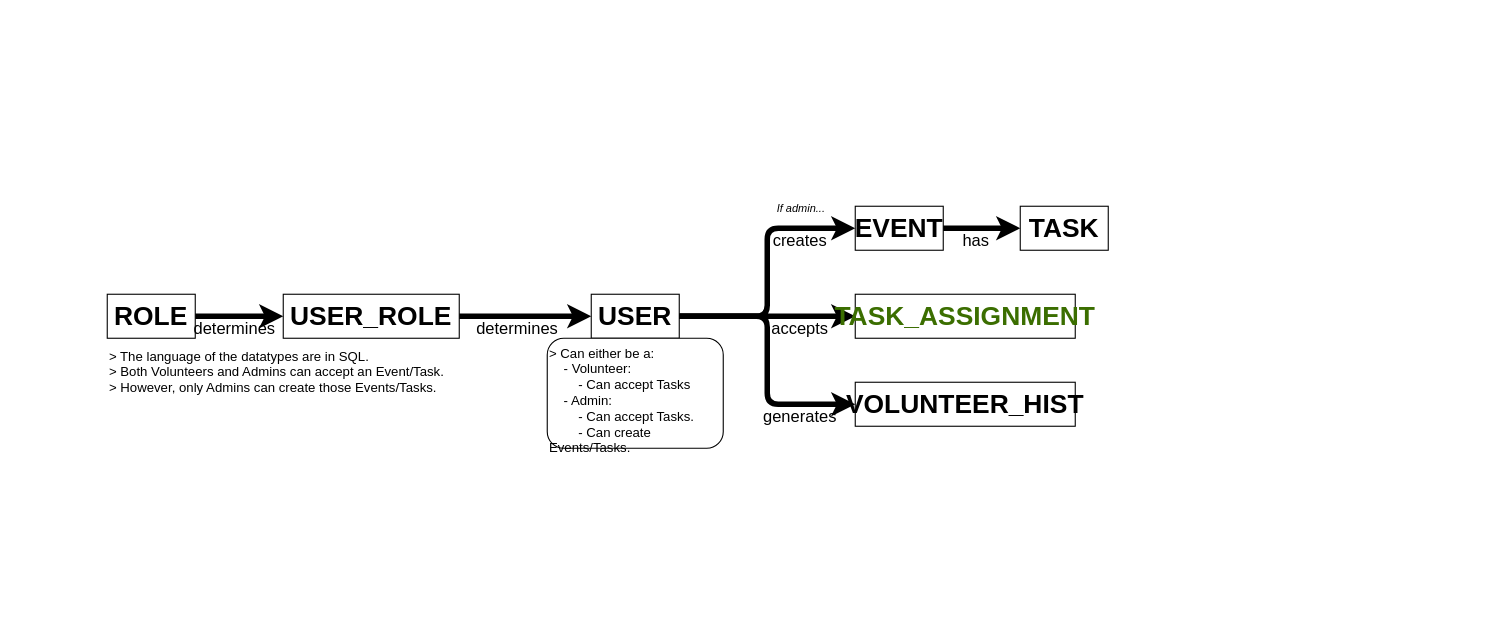
Imanoodle13/COSC4353-Assignments keeps this draw.io diagram as Assignment1/UML_database.drawio. Above is the earlier version. Source tidied: cells renumbered, new cells numbered last; positions are measured from the earlier drawing's top-left corner, leaving out a move shared by most shapes. Both pictures are drawn from the tidied source at 110%, with x=0, y=0 at pixel (107, 195).
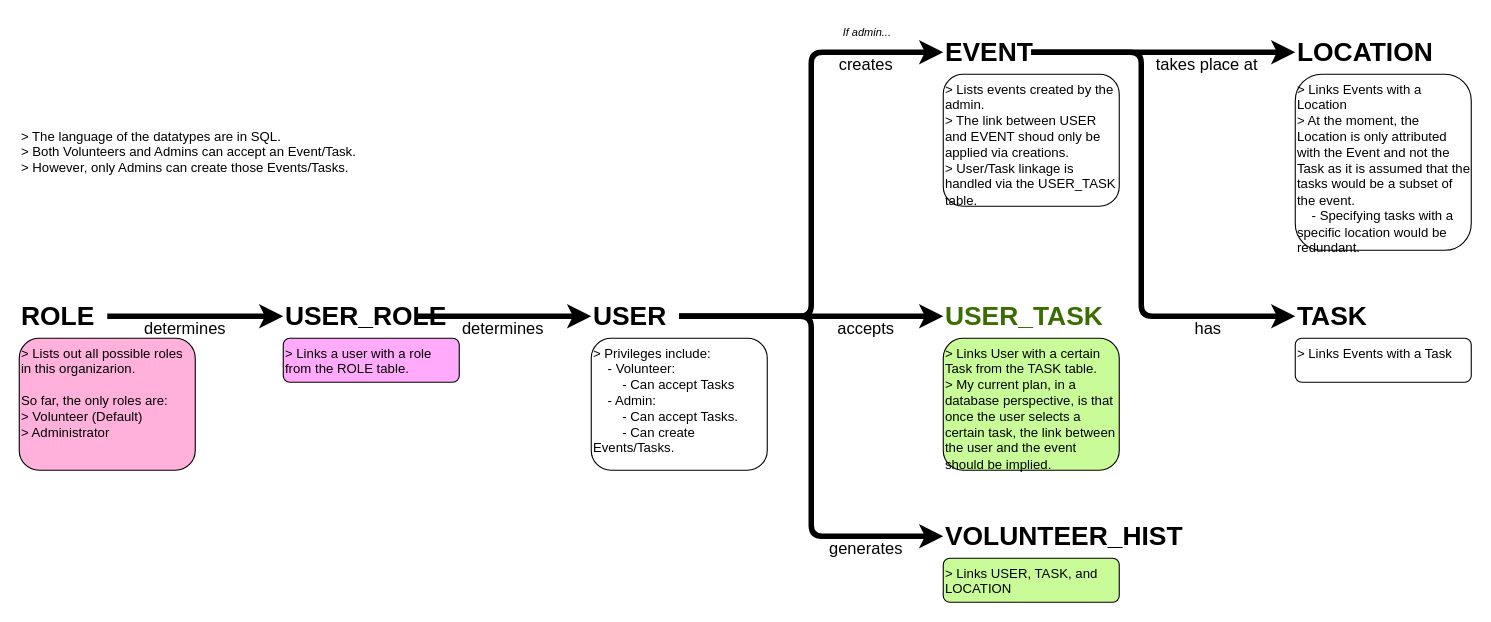
After the change.

Commit message:
Added descriptions to tables for better comprehension for initializing the database.

What changed in the source:
```diff
@@
-    <mxCell id="2" value="&gt; The language of the datatypes are in SQL.&#10;&gt; Both Volunteers and Admins can accept an Event/Task.&#10;&gt; However, only Admins can create those Events/Tasks." style="text;align=left;verticalAlign=middle;strokeColor=none;fillColor=none;fontColor=light-dark(#000000,#000000);" parent="1" vertex="1">
-      <mxGeometry y="130" width="330" height="60" as="geometry" />
+    <mxCell id="2" value="&gt; The language of the datatypes are in SQL.&#10;&gt; Both Volunteers and Admins can accept an Event/Task.&#10;&gt; However, only Admins can create those Events/Tasks." style="text;align=left;verticalAlign=middle;strokeColor=none;fillColor=none;fontColor=light-dark(#000000,#000000);shadow=0;" parent="1" vertex="1">
+      <mxGeometry x="-80" y="-70" width="330" height="60" as="geometry" />
     </mxCell>
-    <mxCell id="3" value="USER" style="whiteSpace=wrap;fillColor=none;fontFamily=Calibri;fontColor=light-dark(#000000,#0038FF);fontSize=24;fontStyle=1;align=center;labelBorderColor=none;" parent="1" vertex="1">
+    <mxCell id="3" value="USER" style="whiteSpace=wrap;fillColor=none;fontFamily=Calibri;fontColor=light-dark(#000000,#0038FF);fontSize=24;fontStyle=1;align=left;labelBorderColor=none;strokeColor=none;labelBackgroundColor=none;glass=0;shadow=0;" parent="1" vertex="1">
       <mxGeometry x="440" y="90" width="80" height="40" as="geometry" />
     </mxCell>
-    <mxCell id="4" value="VOLUNTEER_HIST" style="whiteSpace=wrap;fillColor=none;fontFamily=Calibri;fontColor=light-dark(#000000,#9300FF);fontSize=24;fontStyle=1;align=center;" parent="1" vertex="1">
-      <mxGeometry x="680" y="170" width="200" height="40" as="geometry" />
+    <mxCell id="4" value="VOLUNTEER_HIST" style="whiteSpace=wrap;fillColor=none;fontFamily=Calibri;fontColor=light-dark(#000000,#9300FF);fontSize=24;fontStyle=1;align=left;strokeColor=none;shadow=0;" parent="1" vertex="1">
+      <mxGeometry x="760" y="290" width="200" height="40" as="geometry" />
     </mxCell>
-    <mxCell id="5" value="EVENT" style="whiteSpace=wrap;fillColor=none;fontFamily=Calibri;fontColor=light-dark(#000000,#FF7100);fontSize=24;fontStyle=1;align=center;" parent="1" vertex="1">
-      <mxGeometry x="680" y="10" width="80" height="40" as="geometry" />
+    <mxCell id="5" value="EVENT" style="whiteSpace=wrap;fillColor=none;fontFamily=Calibri;fontColor=light-dark(#000000,#FF0000);fontSize=24;fontStyle=1;align=left;strokeColor=none;shadow=0;" parent="1" vertex="1">
+      <mxGeometry x="760" y="-150" width="80" height="40" as="geometry" />
     </mxCell>
-    <mxCell id="6" value="TASK" style="whiteSpace=wrap;fillColor=none;fontFamily=Calibri;fontColor=light-dark(#000000,#FFC600);fontSize=24;fontStyle=1;align=center;" parent="1" vertex="1">
-      <mxGeometry x="830" y="10" width="80" height="40" as="geometry" />
+    <mxCell id="6" value="TASK" style="whiteSpace=wrap;fillColor=none;fontFamily=Calibri;fontColor=light-dark(#000000,#FFC600);fontSize=24;fontStyle=1;align=left;strokeColor=none;shadow=0;" parent="1" vertex="1">
+      <mxGeometry x="1080" y="90" width="80" height="40" as="geometry" />
     </mxCell>
-    <mxCell id="7" value="generates" style="edgeStyle=orthogonalEdgeStyle;exitX=1;exitY=0.5;exitDx=0;exitDy=0;entryX=0;entryY=0.5;entryDx=0;entryDy=0;strokeColor=light-dark(#000000,#0038FF);strokeWidth=5;fontFamily=Calibri;fontColor=light-dark(#000000,#0038FF);flowAnimation=0;labelBackgroundColor=none;fontSize=15;jumpStyle=arc;jumpSize=12;" parent="1" edge="1" source="3" target="4">
-      <mxGeometry x="0.58" y="-10" relative="1" as="geometry">
+    <mxCell id="7" value="generates" style="edgeStyle=orthogonalEdgeStyle;exitX=1;exitY=0.5;exitDx=0;exitDy=0;entryX=0;entryY=0.5;entryDx=0;entryDy=0;strokeColor=light-dark(#000000,#0038FF);strokeWidth=5;fontFamily=Calibri;fontColor=light-dark(#000000,#0038FF);flowAnimation=0;labelBackgroundColor=none;fontSize=15;jumpStyle=arc;jumpSize=12;shadow=0;" parent="1" edge="1" source="3" target="4">
+      <mxGeometry x="0.68" y="-10" relative="1" as="geometry">
         <Array as="points">
-          <mxPoint x="600" y="110" />
-          <mxPoint x="600" y="190" />
+          <mxPoint x="640" y="110" />
+          <mxPoint x="640" y="310" />
         </Array>
       </mxGeometry>
     </mxCell>
-    <mxCell id="8" value="creates" style="edgeStyle=orthogonalEdgeStyle;exitX=1;exitY=0.5;exitDx=0;exitDy=0;entryX=0;entryY=0.5;entryDx=0;entryDy=0;strokeColor=light-dark(#000000,#0038FF);strokeWidth=5;fontFamily=Calibri;fontColor=light-dark(#000000,#0038FF);labelBackgroundColor=none;jumpStyle=arc;jumpSize=12;fontSize=15;" parent="1" edge="1" source="3" target="5">
-      <mxGeometry x="0.58" y="-10" relative="1" as="geometry">
+    <mxCell id="8" value="creates" style="edgeStyle=orthogonalEdgeStyle;exitX=1;exitY=0.5;exitDx=0;exitDy=0;entryX=0;entryY=0.5;entryDx=0;entryDy=0;strokeColor=light-dark(#000000,#0038FF);strokeWidth=5;fontFamily=Calibri;fontColor=light-dark(#000000,#0038FF);labelBackgroundColor=none;jumpStyle=arc;jumpSize=12;fontSize=15;shadow=0;" parent="1" edge="1" source="3" target="5">
+      <mxGeometry x="0.71" y="-10" relative="1" as="geometry">
         <Array as="points">
-          <mxPoint x="600" y="110" />
-          <mxPoint x="600" y="30" />
+          <mxPoint x="640" y="110" />
+          <mxPoint x="640" y="-130" />
         </Array>
       </mxGeometry>
     </mxCell>
-    <mxCell id="9" value="has" style="edgeStyle=elbowEdgeStyle;exitX=1;exitY=0.5;exitDx=0;exitDy=0;entryX=0;entryY=0.5;entryDx=0;entryDy=0;strokeColor=light-dark(#000000,#FF7100);strokeWidth=5;fontFamily=Calibri;fontColor=light-dark(#000000,#FF7100);labelBackgroundColor=none;fontSize=15;" parent="1" edge="1" source="5" target="6">
-      <mxGeometry x="-0.14" y="-10" relative="1" as="geometry" />
+    <mxCell id="9" value="has" style="edgeStyle=elbowEdgeStyle;exitX=1;exitY=0.5;exitDx=0;exitDy=0;entryX=0;entryY=0.5;entryDx=0;entryDy=0;strokeColor=light-dark(#000000,#FF0000);strokeWidth=5;fontFamily=Calibri;fontColor=light-dark(#000000,#FF0000);labelBackgroundColor=none;fontSize=15;shadow=0;" parent="1" edge="1" source="5" target="6">
+      <mxGeometry x="0.67" y="-10" relative="1" as="geometry">
+        <Array as="points">
+          <mxPoint x="940" y="-110" />
+          <mxPoint x="900" y="10" />
+        </Array>
+      </mxGeometry>
     </mxCell>
-    <mxCell id="10" value="accepts" style="edgeStyle=orthogonalEdgeStyle;exitX=1;exitY=0.5;exitDx=0;exitDy=0;entryX=0;entryY=0.5;entryDx=0;entryDy=0;strokeColor=light-dark(#000000,#0038FF);strokeWidth=5;fontFamily=Calibri;fontColor=light-dark(#000000,#0038FF);flowAnimation=0;labelBackgroundColor=none;fontSize=15;jumpStyle=arc;jumpSize=12;" parent="1" edge="1" source="3" target="12">
-      <mxGeometry x="0.38" y="-10" relative="1" as="geometry">
+    <mxCell id="10" value="accepts" style="edgeStyle=orthogonalEdgeStyle;exitX=1;exitY=0.5;exitDx=0;exitDy=0;entryX=0;entryY=0.5;entryDx=0;entryDy=0;strokeColor=light-dark(#000000,#0038FF);strokeWidth=5;fontFamily=Calibri;fontColor=light-dark(#000000,#0038FF);flowAnimation=0;labelBackgroundColor=none;fontSize=15;jumpStyle=arc;jumpSize=12;shadow=0;" parent="1" edge="1" source="3" target="12">
+      <mxGeometry x="0.42" y="-10" relative="1" as="geometry">
         <Array as="points">
-          <mxPoint x="620" y="110" />
-          <mxPoint x="620" y="110" />
+          <mxPoint x="660" y="110" />
+          <mxPoint x="660" y="110" />
         </Array>
       </mxGeometry>
     </mxCell>
-    <mxCell id="11" value="&gt; Can either be a:&#10;    - Volunteer:&#10;        - Can accept Tasks&#10;    - Admin:&#10;        - Can accept Tasks.&#10;        - Can create Events/Tasks." style="whiteSpace=wrap;fontColor=light-dark(#000000,#0038FF);labelBackgroundColor=none;fillColor=light-dark(#FFFFFF,#78A3FF);rounded=1;fontFamily=Calibri;align=left;verticalAlign=top;fontStyle=0;" parent="1" vertex="1">
-      <mxGeometry x="400" y="130" width="160" height="100" as="geometry" />
+    <mxCell id="11" value="&gt; Privileges include:&#10;    - Volunteer:&#10;        - Can accept Tasks&#10;    - Admin:&#10;        - Can accept Tasks.&#10;        - Can create Events/Tasks." style="whiteSpace=wrap;fontColor=light-dark(#000000,#0038FF);labelBackgroundColor=none;fillColor=light-dark(#FFFFFF,#78A3FF);rounded=1;fontFamily=Calibri;align=left;verticalAlign=top;fontStyle=0;shadow=0;" parent="1" vertex="1">
+      <mxGeometry x="440" y="130" width="160" height="120" as="geometry" />
     </mxCell>
-    <mxCell id="12" value="TASK_ASSIGNMENT" style="whiteSpace=wrap;fillColor=none;fontFamily=Calibri;fontColor=light-dark(#3B6E00,#5DA800);fontSize=24;fontStyle=1;align=center;" parent="1" vertex="1">
-      <mxGeometry x="680" y="90" width="200" height="40" as="geometry" />
+    <mxCell id="12" value="USER_TASK" style="whiteSpace=wrap;fillColor=none;fontFamily=Calibri;fontColor=light-dark(#3B6E00,#5DA800);fontSize=24;fontStyle=1;align=left;strokeColor=none;shadow=0;" parent="1" vertex="1">
+      <mxGeometry x="760" y="90" width="120" height="40" as="geometry" />
     </mxCell>
-    <mxCell id="13" value="If admin..." style="text;align=center;verticalAlign=middle;strokeColor=none;fillColor=none;fontColor=light-dark(#000000,#0038FF);fontStyle=2;fontSize=10;" parent="1" vertex="1">
-      <mxGeometry x="600" width="62" height="24" as="geometry" />
+    <mxCell id="13" value="If admin..." style="text;align=center;verticalAlign=middle;strokeColor=none;fillColor=none;fontColor=light-dark(#000000,#0038FF);fontStyle=2;fontSize=10;shadow=0;" parent="1" vertex="1">
+      <mxGeometry x="660" y="-160" width="62" height="24" as="geometry" />
     </mxCell>
-    <mxCell id="14" value="ROLE" style="whiteSpace=wrap;fillColor=none;fontFamily=Calibri;fontColor=light-dark(#000000,#D89EFF);fontSize=24;fontStyle=1;align=center;labelBorderColor=none;" parent="1" vertex="1">
-      <mxGeometry y="90" width="80" height="40" as="geometry" />
+    <mxCell id="14" value="ROLE" style="whiteSpace=wrap;fillColor=none;fontFamily=Calibri;fontColor=light-dark(#000000,#FF66B3);fontSize=24;fontStyle=1;align=left;labelBorderColor=none;strokeColor=none;shadow=0;" parent="1" vertex="1">
+      <mxGeometry x="-80" y="90" width="80" height="40" as="geometry" />
     </mxCell>
-    <mxCell id="15" value="USER_ROLE" style="whiteSpace=wrap;fillColor=none;fontFamily=Calibri;fontColor=light-dark(#000000,#FF00FF);fontSize=24;fontStyle=1;align=center;labelBorderColor=none;" parent="1" vertex="1">
-      <mxGeometry x="160" y="90" width="160" height="40" as="geometry" />
+    <mxCell id="15" value="USER_ROLE" style="whiteSpace=wrap;fillColor=none;fontFamily=Calibri;fontColor=light-dark(#000000,#FF00FF);fontSize=24;fontStyle=1;align=left;labelBorderColor=none;strokeColor=none;shadow=0;" parent="1" vertex="1">
+      <mxGeometry x="160" y="90" width="120" height="40" as="geometry" />
     </mxCell>
-    <mxCell id="16" value="determines" style="edgeStyle=orthogonalEdgeStyle;exitX=1;exitY=0.5;exitDx=0;exitDy=0;entryX=0;entryY=0.5;entryDx=0;entryDy=0;strokeColor=light-dark(#000000,#D89EFF);strokeWidth=5;fontFamily=Calibri;fontColor=light-dark(#000000,#D89EFF);flowAnimation=0;labelBackgroundColor=none;fontSize=15;jumpStyle=arc;jumpSize=12;" parent="1" edge="1" source="14" target="15">
+    <mxCell id="16" value="determines" style="edgeStyle=orthogonalEdgeStyle;exitX=1;exitY=0.5;exitDx=0;exitDy=0;entryX=0;entryY=0.5;entryDx=0;entryDy=0;strokeColor=light-dark(#000000,#FF66B3);strokeWidth=5;fontFamily=Calibri;fontColor=light-dark(#000000,#FF66B3);flowAnimation=0;labelBackgroundColor=none;fontSize=15;jumpStyle=arc;jumpSize=12;shadow=0;" parent="1" edge="1" source="14" target="15">
       <mxGeometry x="-0.11" y="-10" relative="1" as="geometry">
         <Array as="points">
           <mxPoint x="120" y="110" />
           <mxPoint x="120" y="110" />
         </Array>
       </mxGeometry>
     </mxCell>
-    <mxCell id="17" value="determines" style="edgeStyle=orthogonalEdgeStyle;exitX=1;exitY=0.5;exitDx=0;exitDy=0;strokeColor=light-dark(#000000,#FF00FF);strokeWidth=5;fontFamily=Calibri;fontColor=light-dark(#000000,#FF00FF);flowAnimation=0;labelBackgroundColor=none;fontSize=15;jumpStyle=arc;jumpSize=12;entryX=0;entryY=0.5;entryDx=0;entryDy=0;" parent="1" edge="1" source="15" target="3">
-      <mxGeometry x="-0.11" y="-10" relative="1" as="geometry" />
+    <mxCell id="17" value="determines" style="edgeStyle=orthogonalEdgeStyle;exitX=1;exitY=0.5;exitDx=0;exitDy=0;strokeColor=light-dark(#000000,#FF00FF);strokeWidth=5;fontFamily=Calibri;fontColor=light-dark(#000000,#FF00FF);flowAnimation=0;labelBackgroundColor=none;fontSize=15;jumpStyle=arc;jumpSize=12;entryX=0;entryY=0.5;entryDx=0;entryDy=0;shadow=0;" parent="1" edge="1" source="15" target="3">
+      <mxGeometry y="-10" relative="1" as="geometry" />
     </mxCell>
+    <mxCell id="18" value="LOCATION" style="whiteSpace=wrap;fillColor=none;fontFamily=Calibri;fontColor=light-dark(#000000,#ED7A2F);fontSize=24;fontStyle=1;align=left;strokeColor=none;shadow=0;" parent="1" vertex="1">
+      <mxGeometry x="1080" y="-150" width="120" height="40" as="geometry" />
+    </mxCell>
+    <mxCell id="19" value="takes place at" style="edgeStyle=elbowEdgeStyle;exitX=1;exitY=0.5;exitDx=0;exitDy=0;entryX=0;entryY=0.5;entryDx=0;entryDy=0;strokeColor=light-dark(#000000,#FF0000);strokeWidth=5;fontFamily=Calibri;fontColor=light-dark(#000000,#FF0000);labelBackgroundColor=none;fontSize=15;shadow=0;" parent="1" edge="1" source="5" target="18">
+      <mxGeometry x="0.33" y="-10" relative="1" as="geometry">
+        <Array as="points">
+          <mxPoint x="940" y="-150" />
+        </Array>
+      </mxGeometry>
+    </mxCell>
+    <mxCell id="20" value="&gt; Lists out all possible roles in this organizarion.&#10;&#10;So far, the only roles are:&#10;&gt; Volunteer (Default)&#10;&gt; Administrator" style="whiteSpace=wrap;fontColor=light-dark(#000000,#FF66B3);labelBackgroundColor=none;fillColor=light-dark(#FFB0DB,#FFB0DB);rounded=1;fontFamily=Calibri;align=left;verticalAlign=top;fontStyle=0;shadow=0;" parent="1" vertex="1">
+      <mxGeometry x="-80" y="130" width="160" height="120" as="geometry" />
+    </mxCell>
+    <mxCell id="21" value="&gt; Links a user with a role from the ROLE table." style="whiteSpace=wrap;fontColor=light-dark(#000000,#FF00FF);labelBackgroundColor=none;fillColor=light-dark(#FFAAFA,#FFAAFA);rounded=1;fontFamily=Calibri;align=left;verticalAlign=top;fontStyle=0;gradientColor=none;gradientDirection=north;shadow=0;" parent="1" vertex="1">
+      <mxGeometry x="160" y="130" width="160" height="40" as="geometry" />
+    </mxCell>
+    <mxCell id="22" value="&gt; Links User with a certain Task from the TASK table.&#10;&gt; My current plan, in a database perspective, is that once the user selects a certain task, the link between the user and the event should be implied." style="whiteSpace=wrap;fontColor=light-dark(#000000, #6fa630);labelBackgroundColor=none;fillColor=light-dark(#C9FC98,#C9FC98);rounded=1;fontFamily=Calibri;align=left;verticalAlign=top;fontStyle=0;glass=0;shadow=0;" parent="1" vertex="1">
+      <mxGeometry x="760" y="130" width="160" height="120" as="geometry" />
+    </mxCell>
+    <mxCell id="23" value="&gt; Links USER, TASK, and LOCATION" style="whiteSpace=wrap;fontColor=light-dark(#000000, #8619f5);labelBackgroundColor=none;fillColor=light-dark(#C9FC98,#B885F5);rounded=1;fontFamily=Calibri;align=left;verticalAlign=top;fontStyle=0;shadow=0;" parent="1" vertex="1">
+      <mxGeometry x="760" y="330" width="160" height="40" as="geometry" />
+    </mxCell>
+    <mxCell id="24" value="&gt; Lists events created by the admin.&#10;&gt; The link between USER and EVENT shoud only be applied via creations.&#10;&gt; User/Task linkage is handled via the USER_TASK table." style="whiteSpace=wrap;fontColor=light-dark(#000000,#FF0000);labelBackgroundColor=none;fillColor=light-dark(#FFFFFF,#FF9F9F);rounded=1;fontFamily=Calibri;align=left;verticalAlign=top;fontStyle=0;glass=0;shadow=0;" parent="1" vertex="1">
+      <mxGeometry x="760" y="-110" width="160" height="120" as="geometry" />
+    </mxCell>
+    <mxCell id="25" value="&gt; Links Events with a Location&#10;&gt; At the moment, the Location is only attributed with the Event and not the Task as it is assumed that the tasks would be a subset of the event.&#10;    - Specifying tasks with a specific location would be redundant." style="whiteSpace=wrap;fontColor=light-dark(#000000,#ED7A2F);labelBackgroundColor=none;fillColor=light-dark(#FFFFFF,#EDC0A1);rounded=1;fontFamily=Calibri;align=left;verticalAlign=top;fontStyle=0;shadow=0;" parent="1" vertex="1">
+      <mxGeometry x="1080" y="-110" width="160" height="160" as="geometry" />
+    </mxCell>
+    <mxCell id="26" value="&gt; Links Events with a Task" style="whiteSpace=wrap;fontColor=light-dark(#000000,#F6C843);labelBackgroundColor=none;fillColor=light-dark(#FFFFFF,#F6E0A8);rounded=1;fontFamily=Calibri;align=left;verticalAlign=top;fontStyle=0;shadow=0;" parent="1" vertex="1">
+      <mxGeometry x="1080" y="130" width="160" height="40" as="geometry" />
+    </mxCell>
```
